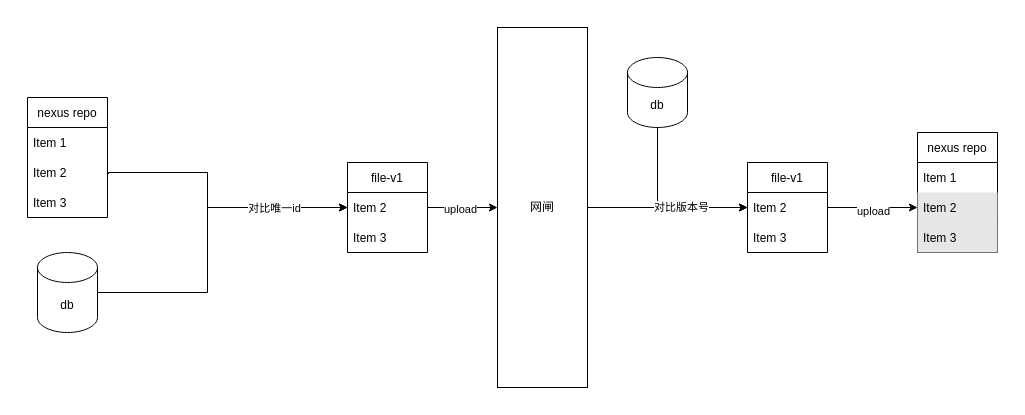
zzl-code/drawImg keeps this draw.io diagram as page "第 5 页" (5 of 7) of ProductRepository.drawio. Above is the earlier version. Source tidied: cells renumbered, new cells numbered last; positions are measured from the earlier drawing's top-left corner, leaving out a move shared by most shapes. Both pictures are drawn from the tidied source at 100%, with x=0, y=0 at pixel (27, 27).
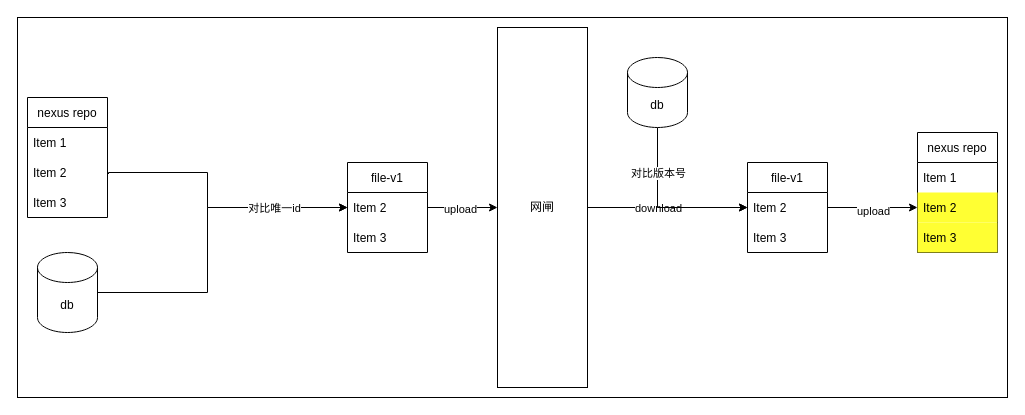
The same page after the edit.

The change refers to these unchanged cells:
```xml
<mxCell id="6" style="edgeStyle=orthogonalEdgeStyle;rounded=0;jettySize=auto;html=1;entryX=0;entryY=0.5;entryDx=0;entryDy=0;" parent="1" edge="1" source="7" target="20">
  <mxGeometry relative="1" as="geometry" />
</mxCell>
<mxCell id="22" style="edgeStyle=orthogonalEdgeStyle;rounded=0;jettySize=auto;html=1;entryX=0;entryY=0.5;entryDx=0;entryDy=0;" parent="1" edge="1" source="24" target="20">
  <mxGeometry relative="1" as="geometry" />
</mxCell>
<mxCell id="25" value="nexus repo" style="swimlane;fontStyle=0;horizontal=1;startSize=30;" parent="1" vertex="1">
  <mxGeometry x="890" y="105" width="80" height="120" as="geometry" />
</mxCell>
```

Change to the diagram source:
```diff
@@
+    <mxCell id="29" style="rounded=0;whiteSpace=wrap;html=1;" parent="1" vertex="1">
+      <mxGeometry x="-10" y="-10" width="990" height="380" as="geometry" />
+    </mxCell>
@@
+    <mxCell id="30" value="download" style="edgeLabel;html=1;align=center;verticalAlign=middle;" parent="6" vertex="1">
+      <mxGeometry x="-0.57" y="1" relative="1" as="geometry">
+        <mxPoint x="36" y="1" as="offset" />
+      </mxGeometry>
+    </mxCell>
@@
     <mxCell id="23" value="对比版本号" style="edgeLabel;html=1;align=center;verticalAlign=middle;" parent="22" vertex="1">
       <mxGeometry x="0.21" y="2" relative="1" as="geometry">
-        <mxPoint y="1" as="offset" />
+        <mxPoint x="-23" y="-33" as="offset" />
       </mxGeometry>
     </mxCell>
@@
-    <mxCell id="27" value="Item 2" style="text;strokeColor=none;fillColor=#E6E6E6;align=left;verticalAlign=middle;spacingLeft=4;spacingRight=4;overflow=hidden;points=[[0,0.5],[1,0.5]];portConstraint=eastwest;" parent="25" vertex="1">
+    <mxCell id="27" value="Item 2" style="text;strokeColor=none;fillColor=#FFFF33;align=left;verticalAlign=middle;spacingLeft=4;spacingRight=4;overflow=hidden;points=[[0,0.5],[1,0.5]];portConstraint=eastwest;" parent="25" vertex="1">
       <mxGeometry y="60" width="80" height="30" as="geometry" />
     </mxCell>
-    <mxCell id="28" value="Item 3" style="text;strokeColor=none;fillColor=#E6E6E6;align=left;verticalAlign=middle;spacingLeft=4;spacingRight=4;overflow=hidden;" parent="25" vertex="1">
+    <mxCell id="28" value="Item 3" style="text;strokeColor=none;fillColor=#FFFF33;align=left;verticalAlign=middle;spacingLeft=4;spacingRight=4;overflow=hidden;" parent="25" vertex="1">
       <mxGeometry y="90" width="80" height="30" as="geometry" />
     </mxCell>
```
